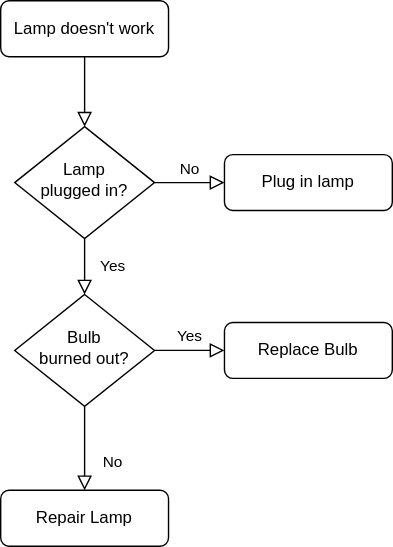
Earlier version of the draw.io export draw.io/hui.svg (shgopher/public). Source tidied: cells renumbered, new cells last; positions are measured from the earlier drawing's top-left corner, leaving out a move shared by most shapes.
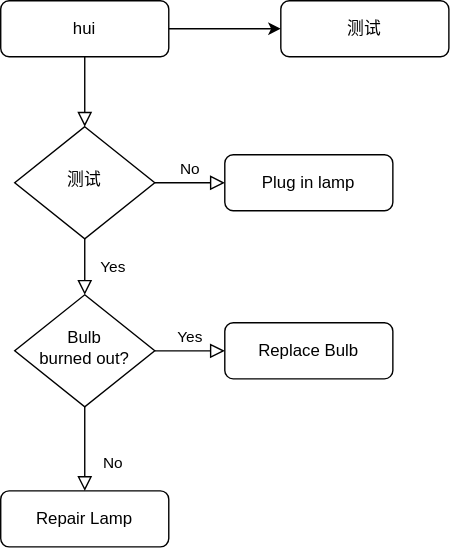
Later version of the same file.

Change to the diagram source:
```diff
@@ -5,7 +5,10 @@
     <mxCell id="2" style="rounded=0;html=1;jettySize=auto;fontSize=11;endArrow=block;endFill=0;endSize=8;strokeWidth=1;shadow=0;labelBackgroundColor=none;edgeStyle=orthogonalEdgeStyle;" parent="1" edge="1" source="3" target="6">
       <mxGeometry relative="1" as="geometry" />
     </mxCell>
+    <mxCell id="13" style="edgeStyle=orthogonalEdgeStyle;rounded=0;jettySize=auto;html=1;" parent="1" edge="1" source="3" target="14">
+      <mxGeometry relative="1" as="geometry" />
+    </mxCell>
-    <mxCell id="3" value="Lamp doesn't work" style="rounded=1;whiteSpace=wrap;html=1;fontSize=12;glass=0;strokeWidth=1;shadow=0;" parent="1" vertex="1">
+    <mxCell id="3" value="hui" style="rounded=1;whiteSpace=wrap;html=1;fontSize=12;glass=0;strokeWidth=1;shadow=0;" parent="1" vertex="1">
       <mxGeometry width="120" height="40" as="geometry" />
     </mxCell>
     <mxCell id="4" value="Yes" style="rounded=0;html=1;jettySize=auto;fontSize=11;endArrow=block;endFill=0;endSize=8;strokeWidth=1;shadow=0;labelBackgroundColor=none;edgeStyle=orthogonalEdgeStyle;" parent="1" edge="1" source="6" target="10">
@@ -14,7 +17,7 @@
     <mxCell id="5" value="No" style="edgeStyle=orthogonalEdgeStyle;rounded=0;html=1;jettySize=auto;fontSize=11;endArrow=block;endFill=0;endSize=8;strokeWidth=1;shadow=0;labelBackgroundColor=none;" parent="1" edge="1" source="6" target="7">
       <mxGeometry y="10" relative="1" as="geometry" />
     </mxCell>
-    <mxCell id="6" value="Lamp&lt;br&gt;plugged in?" style="rhombus;whiteSpace=wrap;html=1;shadow=0;fontFamily=Helvetica;fontSize=12;align=center;strokeWidth=1;spacing=6;spacingTop=-4;" parent="1" vertex="1">
+    <mxCell id="6" value="测试" style="rhombus;whiteSpace=wrap;html=1;shadow=0;fontFamily=Helvetica;fontSize=12;align=center;strokeWidth=1;spacing=6;spacingTop=-4;" parent="1" vertex="1">
       <mxGeometry x="10" y="90" width="100" height="80" as="geometry" />
     </mxCell>
     <mxCell id="7" value="Plug in lamp" style="rounded=1;whiteSpace=wrap;html=1;fontSize=12;glass=0;strokeWidth=1;shadow=0;" parent="1" vertex="1">
@@ -35,5 +38,8 @@
     <mxCell id="12" value="Replace Bulb" style="rounded=1;whiteSpace=wrap;html=1;fontSize=12;glass=0;strokeWidth=1;shadow=0;" parent="1" vertex="1">
       <mxGeometry x="160" y="230" width="120" height="40" as="geometry" />
     </mxCell>
+    <mxCell id="14" value="测试" style="rounded=1;whiteSpace=wrap;html=1;fontSize=12;glass=0;strokeWidth=1;shadow=0;" parent="1" vertex="1">
+      <mxGeometry x="200" width="120" height="40" as="geometry" />
+    </mxCell>
   </root>
 </mxGraphModel>
```
